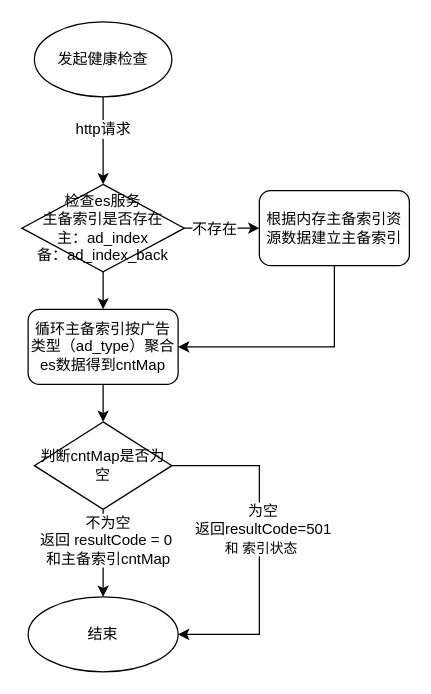
Before: page "ad-shield健康检查" (1 of 3) of 健康检查流程图.drawio in cp0802/xueqqiu, a draw.io diagram. Source tidied: cells renumbered, new cells numbered last; positions are measured from the earlier drawing's top-left corner, leaving out a move shared by most shapes. Both pictures are drawn from the tidied source at 125%, with x=0, y=0 at pixel (21, 21).
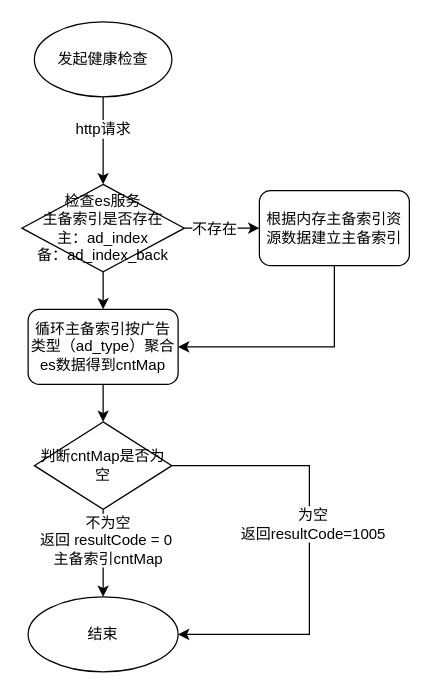
After the change.

The change refers to these unchanged cells:
```xml
<mxCell id="13" style="edgeStyle=orthogonalEdgeStyle;rounded=0;jettySize=auto;html=1;entryX=0.5;entryY=0;entryDx=0;entryDy=0;" parent="1" edge="1" source="17" target="18">
  <mxGeometry relative="1" as="geometry" />
</mxCell>
<mxCell id="17" value="判断cntMap是否为空" style="rhombus;whiteSpace=wrap;html=1;" parent="1" vertex="1">
  <mxGeometry x="10" y="320" width="110" height="70" as="geometry" />
</mxCell>
<mxCell id="18" value="结束" style="ellipse;whiteSpace=wrap;html=1;" parent="1" vertex="1">
  <mxGeometry x="5" y="460" width="120" height="60" as="geometry" />
</mxCell>
```

Change to the diagram source:
```diff
@@
-    <mxCell id="14" value="不为空&lt;br&gt;返回&amp;nbsp;resultCode = 0&amp;nbsp;&lt;br&gt;和主备索引cntMap" style="text;html=1;align=center;verticalAlign=middle;labelBackgroundColor=#ffffff;" parent="13" vertex="1">
+    <mxCell id="14" value="不为空&lt;br&gt;返回&amp;nbsp;resultCode = 0&amp;nbsp;&lt;br&gt;主备索引cntMap " style="text;html=1;align=center;verticalAlign=middle;labelBackgroundColor=#ffffff;" parent="13" vertex="1">
       <mxGeometry x="-0.32" y="3" relative="1" as="geometry" />
     </mxCell>
     <mxCell id="15" style="edgeStyle=orthogonalEdgeStyle;rounded=0;jettySize=auto;html=1;exitX=1;exitY=0.5;exitDx=0;exitDy=0;entryX=1;entryY=0.5;entryDx=0;entryDy=0;" parent="1" edge="1" source="17" target="18">
       <mxGeometry relative="1" as="geometry">
         <Array as="points">
-          <mxPoint x="190" y="355" />
-          <mxPoint x="190" y="490" />
+          <mxPoint x="230" y="355" />
+          <mxPoint x="230" y="490" />
         </Array>
       </mxGeometry>
     </mxCell>
-    <mxCell id="16" value="为空&lt;br&gt;返回resultCode=501&lt;br&gt;&lt;span style=&quot;font-size: 11px&quot;&gt;和 索引状态&lt;/span&gt;&amp;nbsp;" style="text;html=1;align=center;verticalAlign=middle;labelBackgroundColor=#ffffff;" parent="15" vertex="1">
+    <mxCell id="16" value="为空&lt;br&gt;返回resultCode=1005" style="text;html=1;align=center;verticalAlign=middle;labelBackgroundColor=#ffffff;" parent="15" vertex="1">
       <mxGeometry x="-0.11" y="2" relative="1" as="geometry" />
     </mxCell>
```
